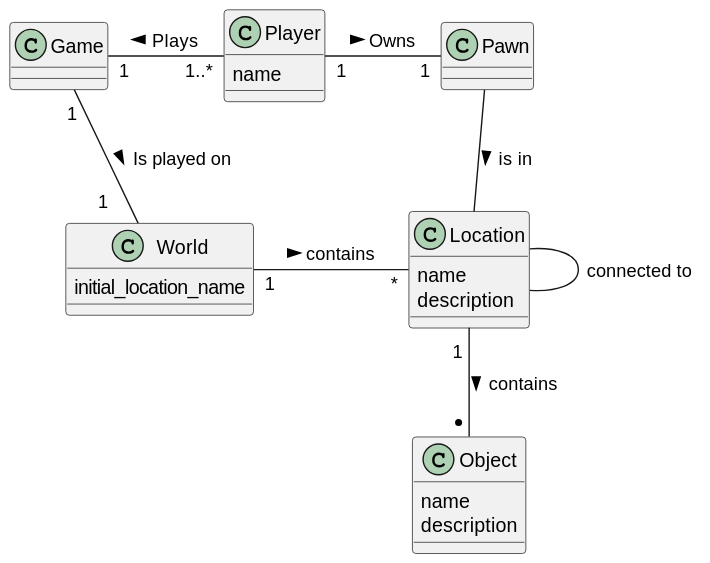
Above: Notebooks/Folien/Woche-1/img/adv-domain-03.svg in nicolast911/python-clean-arch-de (PlantUML), before the change.
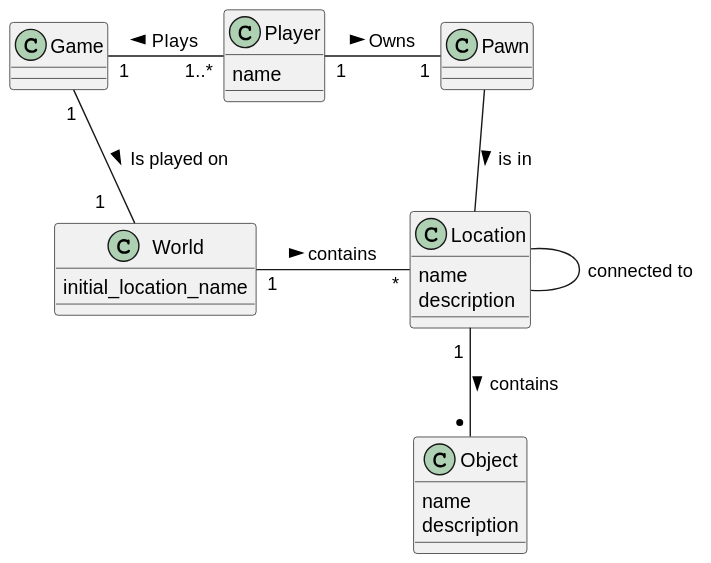
Later version of the same file.

The edit, as a diff of the source:
```diff
@@ -5,7 +5,7 @@
 }
 class Pawn
 class World {
-    initialLocationName
+    initial_location_name
 }
 class Location{
     name
```
